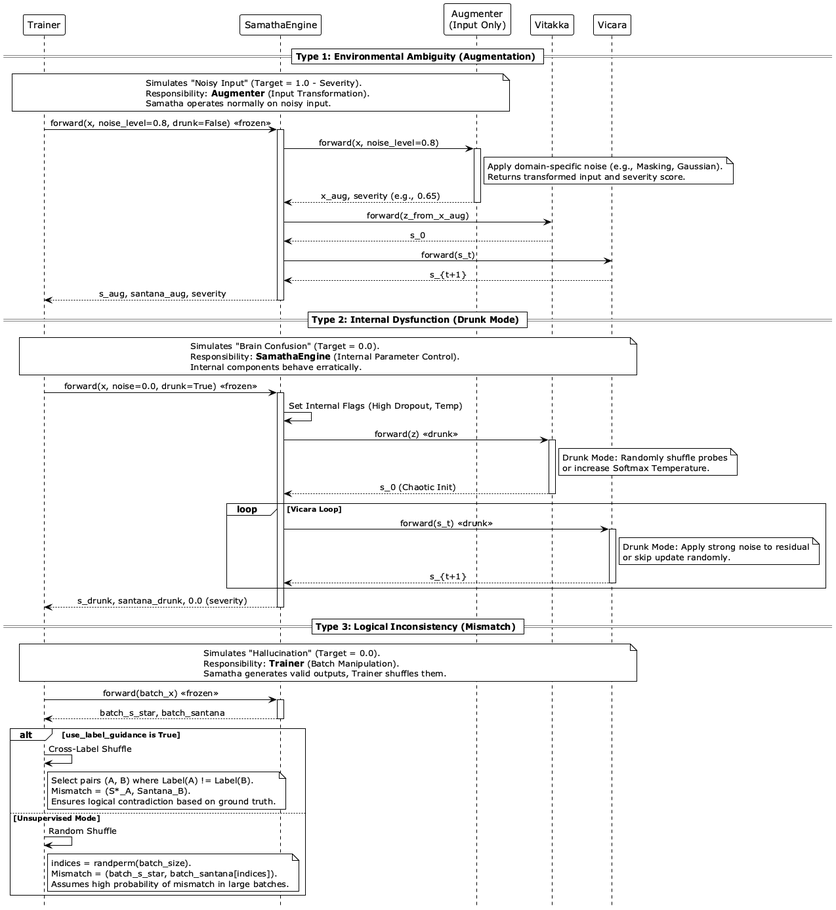
This is docs/diagrams/images/v4_sequence_diagram_noise_generation.png from tamatebox/satipatthana-framework, a PlantUML export, as it was before one commit.
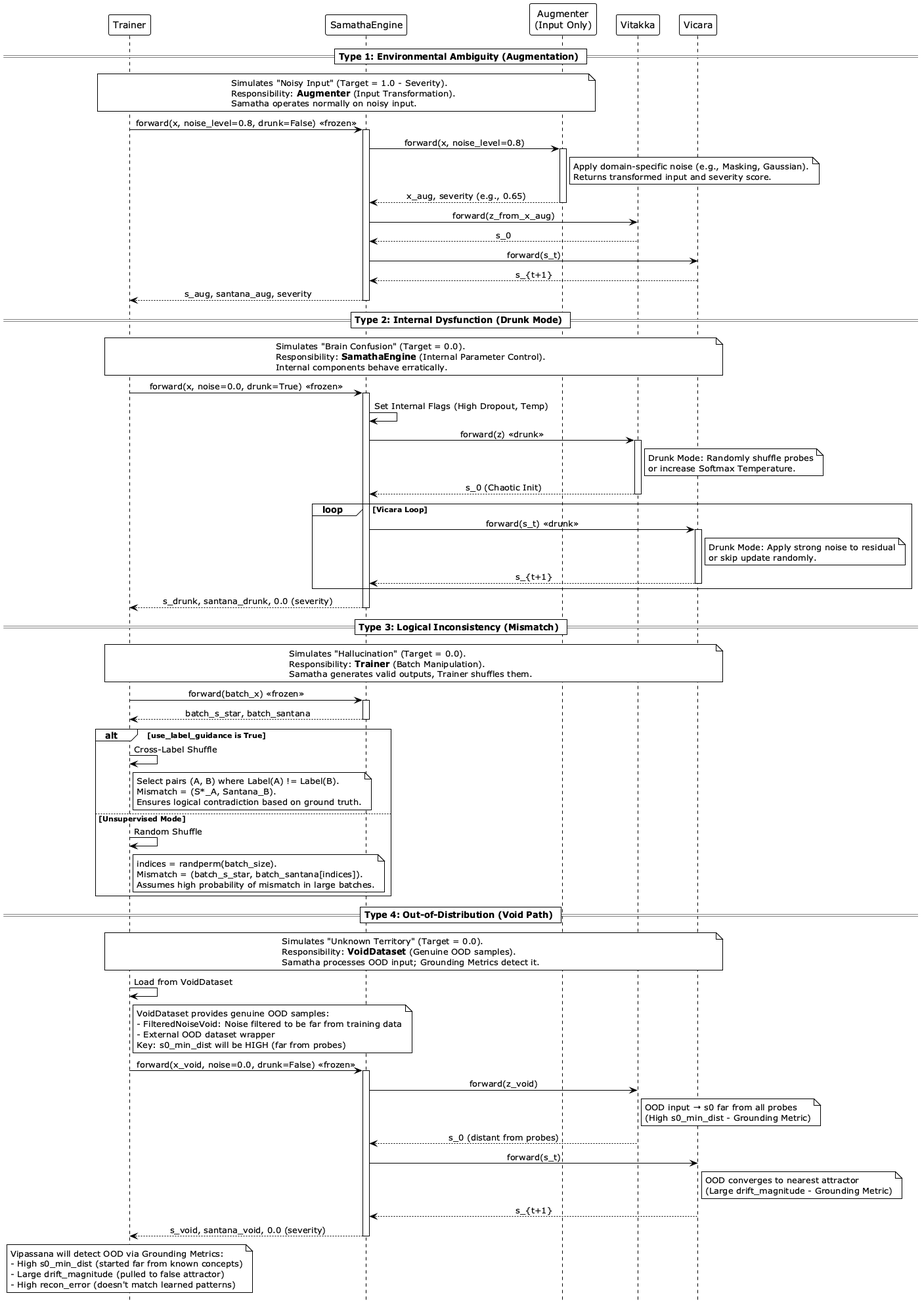
After the commit.

The edit, as a diff of the source:
```diff
@@ -96,4 +96,43 @@
     end note
 end
 
+== Type 4: Out-of-Distribution (Void Path) ==
+note over Trainer, Vicara
+Simulates "Unknown Territory" (Target = 0.0).
+Responsibility: **VoidDataset** (Genuine OOD samples).
+Samatha processes OOD input; Grounding Metrics detect it.
+end note
+
+Trainer -> Trainer: Load from VoidDataset
+note right of Trainer
+    VoidDataset provides genuine OOD samples:
+    - FilteredNoiseVoid: Noise filtered to be far from training data
+    - External OOD dataset wrapper
+    Key: s0_min_dist will be HIGH (far from probes)
+end note
+
+Trainer -> Samatha: forward(x_void, noise=0.0, drunk=False) <<frozen>>
+activate Samatha
+    Samatha -> Vitakka: forward(z_void)
+    note right of Vitakka
+        OOD input → s0 far from all probes
+        (High s0_min_dist - Grounding Metric)
+    end note
+    Vitakka --> Samatha: s_0 (distant from probes)
+    Samatha -> Vicara: forward(s_t)
+    note right of Vicara
+        OOD converges to nearest attractor
+        (Large drift_magnitude - Grounding Metric)
+    end note
+    Vicara --> Samatha: s_{t+1}
+Samatha --> Trainer: s_void, santana_void, 0.0 (severity)
+deactivate Samatha
+
+note over Trainer
+    Vipassana will detect OOD via Grounding Metrics:
+    - High s0_min_dist (started far from known concepts)
+    - Large drift_magnitude (pulled to false attractor)
+    - High recon_error (doesn't match learned patterns)
+end note
+
 @enduml
```
